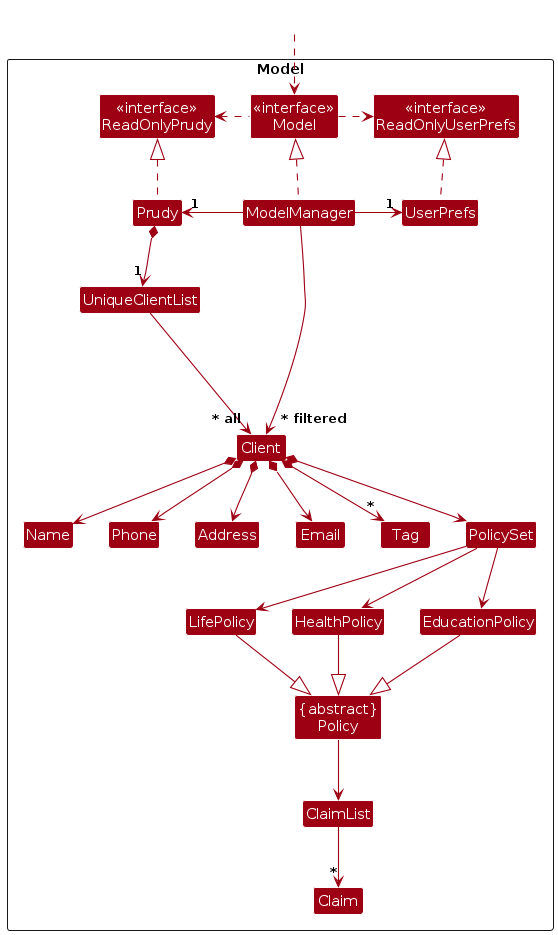
This is diagrams/ModelClassDiagram.png from AY2425S1-CS2103T-T14-1/tp, a PlantUML export, as it was before one commit. Its source is kept beside it as diagrams/ModelClassDiagram.puml.
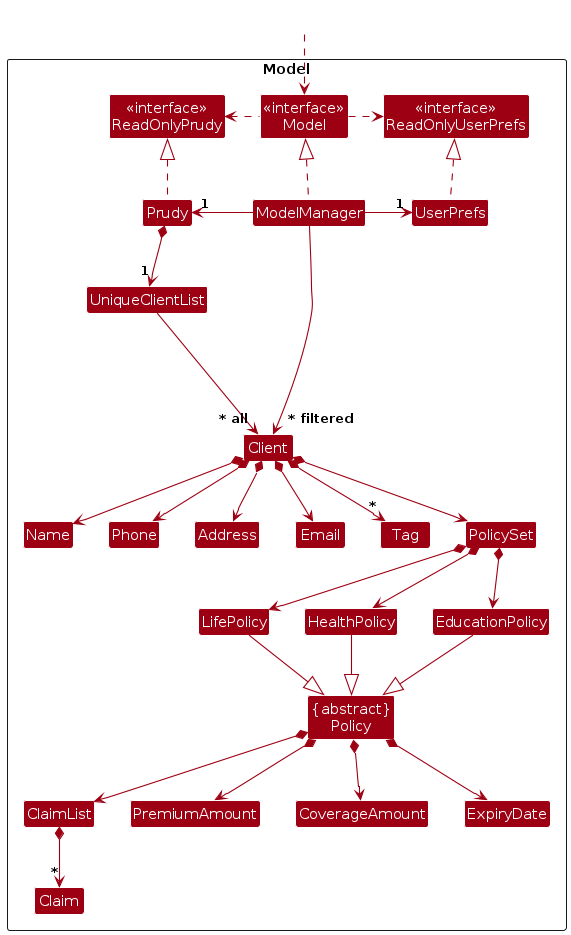
After the change.

Change to the diagram source:
```diff
@@ -26,7 +26,9 @@
 Class "{abstract}\nPolicy" as Policy
 Class ClaimList
 Class Claim
-
+Class PremiumAmount
+Class CoverageAmount
+Class ExpiryDate
 Class I #FFFFFF
 }
 
@@ -50,14 +52,17 @@
 Client *--> Address
 Client *--> "*" Tag
 Client *--> PolicySet
-PolicySet --> LifePolicy
-PolicySet --> HealthPolicy
-PolicySet --> EducationPolicy
+PolicySet *--> LifePolicy
+PolicySet *--> HealthPolicy
+PolicySet *--> EducationPolicy
 LifePolicy --|> Policy
 HealthPolicy --|> Policy
 EducationPolicy --|> Policy
-Policy --> ClaimList
-ClaimList --> "*" Claim
+Policy *--> ClaimList
+Policy *--> PremiumAmount
+Policy *--> CoverageAmount
+Policy *--> ExpiryDate
+ClaimList *--> "*" Claim
 
 Client -[hidden]up--> I
 UniqueClientList -[hidden]right-> I
```
